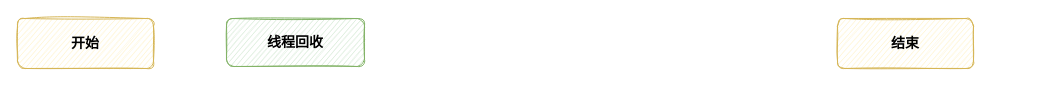
Before: 线程销毁流程.drawio in LIULE8/drawio-store, a draw.io diagram. Source tidied: cells renumbered, new cells numbered last; positions are measured from the earlier drawing's top-left corner, leaving out a move shared by most shapes. Both pictures are drawn from the tidied source at 100%, with x=0, y=0 at pixel (17, 18).
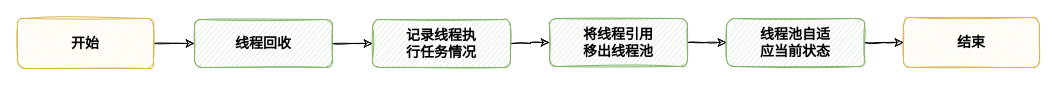
Above is the later version.

Commit message (it also covers changes not shown here):
更新线程销毁流程.drawio

Diff of the diagram source:
```diff
@@
 <mxGraphModel>
   <root>
     <mxCell id="0" />
     <mxCell id="1" parent="0" />
+    <mxCell id="5" style="edgeStyle=orthogonalEdgeStyle;rounded=0;jettySize=auto;html=1;sketch=1;" parent="1" edge="1" source="2" target="4">
+      <mxGeometry relative="1" as="geometry" />
+    </mxCell>
     <mxCell id="2" value="&lt;font style=&quot;font-size: 14px&quot;&gt;&lt;b&gt;开始&lt;/b&gt;&lt;/font&gt;" style="rounded=1;whiteSpace=wrap;html=1;fillColor=#fff2cc;strokeColor=#d6b656;sketch=1;" parent="1" vertex="1">
       <mxGeometry width="136" height="50" as="geometry" />
     </mxCell>
     <mxCell id="3" value="&lt;font style=&quot;font-size: 14px&quot;&gt;&lt;b&gt;结束&lt;/b&gt;&lt;/font&gt;" style="rounded=1;whiteSpace=wrap;html=1;fillColor=#fff2cc;strokeColor=#d6b656;sketch=1;" parent="1" vertex="1">
-      <mxGeometry x="820" width="136" height="50" as="geometry" />
+      <mxGeometry x="886" y="-1" width="136" height="50" as="geometry" />
     </mxCell>
+    <mxCell id="6" style="edgeStyle=orthogonalEdgeStyle;rounded=0;sketch=1;jettySize=auto;html=1;" parent="1" edge="1" source="4" target="8">
+      <mxGeometry relative="1" as="geometry" />
+    </mxCell>
     <mxCell id="4" value="&lt;b&gt;线程回收&lt;/b&gt;" style="rounded=1;whiteSpace=wrap;html=1;fontSize=14;fillColor=#d5e8d4;strokeColor=#82b366;sketch=1;" parent="1" vertex="1">
-      <mxGeometry x="209" width="138" height="48" as="geometry" />
+      <mxGeometry x="177" y="1" width="138" height="48" as="geometry" />
     </mxCell>
+    <mxCell id="7" style="edgeStyle=orthogonalEdgeStyle;rounded=0;sketch=1;jettySize=auto;html=1;" parent="1" edge="1" source="8" target="10">
+      <mxGeometry relative="1" as="geometry" />
+    </mxCell>
+    <mxCell id="8" value="&lt;b&gt;记录线程执&lt;br&gt;行任务情况&lt;/b&gt;" style="rounded=1;whiteSpace=wrap;html=1;fontSize=14;fillColor=#d5e8d4;strokeColor=#82b366;sketch=1;" parent="1" vertex="1">
+      <mxGeometry x="355" y="1" width="138" height="48" as="geometry" />
+    </mxCell>
+    <mxCell id="9" style="edgeStyle=orthogonalEdgeStyle;rounded=0;sketch=1;jettySize=auto;html=1;verticalAlign=middle;" parent="1" edge="1" source="10" target="12">
+      <mxGeometry relative="1" as="geometry" />
+    </mxCell>
+    <mxCell id="10" value="&lt;b&gt;将线程引用&lt;br&gt;移出线程池&lt;/b&gt;" style="rounded=1;whiteSpace=wrap;html=1;fontSize=14;fillColor=#d5e8d4;strokeColor=#82b366;sketch=1;" parent="1" vertex="1">
+      <mxGeometry x="532" width="138" height="48" as="geometry" />
+    </mxCell>
+    <mxCell id="11" style="edgeStyle=orthogonalEdgeStyle;rounded=0;sketch=1;jettySize=auto;html=1;" parent="1" edge="1" source="12" target="3">
+      <mxGeometry relative="1" as="geometry" />
+    </mxCell>
+    <mxCell id="12" value="&lt;b&gt;线程池自适&lt;br&gt;应当前状态&lt;/b&gt;" style="rounded=1;whiteSpace=wrap;html=1;fontSize=14;fillColor=#d5e8d4;strokeColor=#82b366;sketch=1;" parent="1" vertex="1">
+      <mxGeometry x="709" width="138" height="48" as="geometry" />
+    </mxCell>
   </root>
 </mxGraphModel>
```
